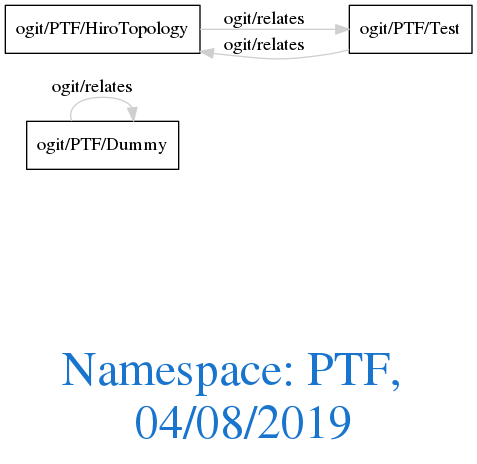
Before: downloads/PTF.png, a diagram exported from Graphviz (arago/OGIT). Its source is kept beside it as downloads/PTF.dot.
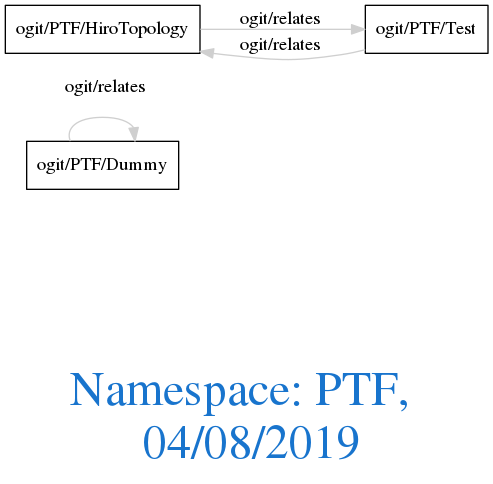
Later version of the same file.

The edit, as a diff of the source:
```diff
@@ -1,10 +1,12 @@
 digraph OGIT_ontology {
- graph [ rankdir= LR,fontsize = 36,
+ graph [ rankdir= LR,compound=true
+fontsize = 36,
 fontcolor= dodgerblue3,label = "\n\n\nNamespace: PTF, \n 04/08/2019"];
 node[shape=polygon];
 edge [  color="gray81"];
 
-   "ogit/PTF/Dummy" -> "ogit/PTF/Dummy" [label="ogit/relates    "];
-   "ogit/PTF/HiroTopology" -> "ogit/PTF/Test" [label="ogit/relates    "];
-   "ogit/PTF/Test" -> "ogit/PTF/HiroTopology" [label="ogit/relates    "];
+   "ogit/PTF/Dummy" -> "ogit/PTF/Dummy" [label="   ogit/relates
+  "];
+   "ogit/PTF/HiroTopology" -> "ogit/PTF/Test" [label="   ogit/relates    "];
+   "ogit/PTF/Test" -> "ogit/PTF/HiroTopology" [label="   ogit/relates    "];
 }
```
